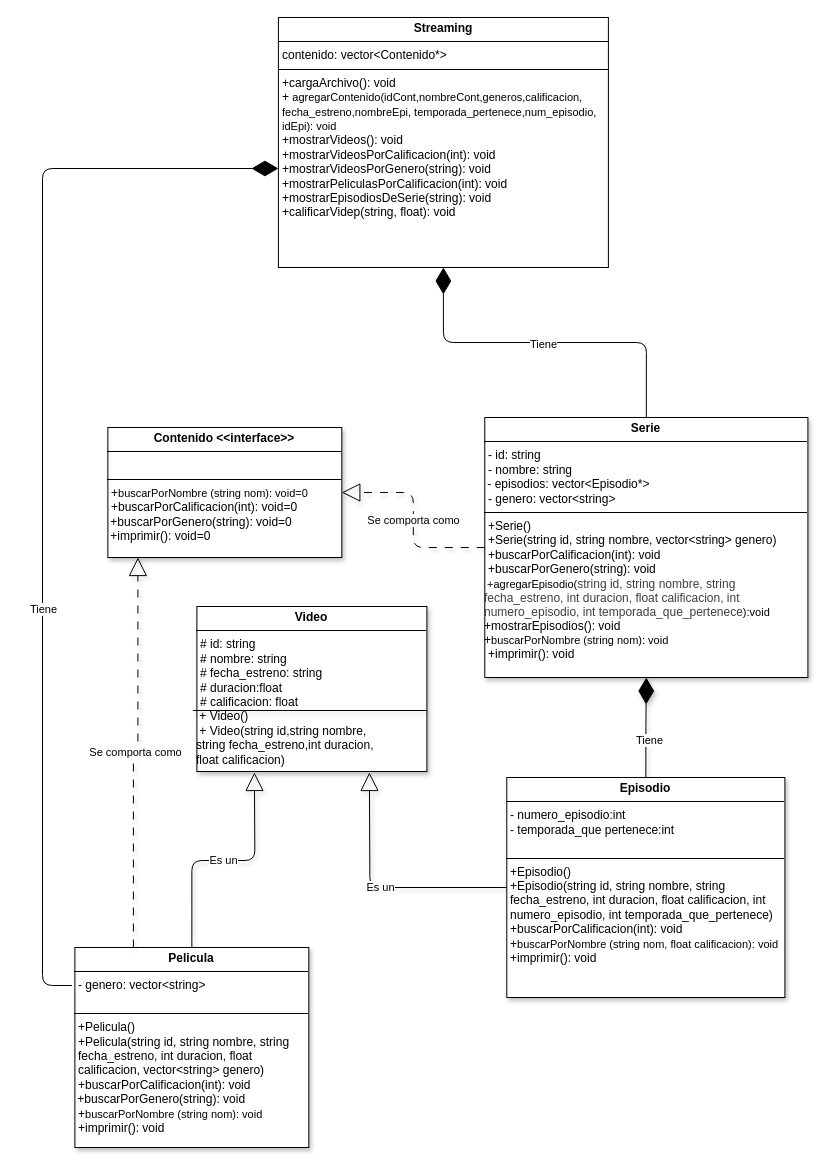
Above: integrador-JuanManuelSanchezVelazquez-main/TerceraEntrega/version4.drawio in A01802469/Proyecto-POO (draw.io), before the change. Source tidied: cells renumbered, new cells numbered last; positions are measured from the earlier drawing's top-left corner, leaving out a move shared by most shapes. Both pictures are drawn from the tidied source at 100%, with x=0, y=0 at pixel (42, 17).
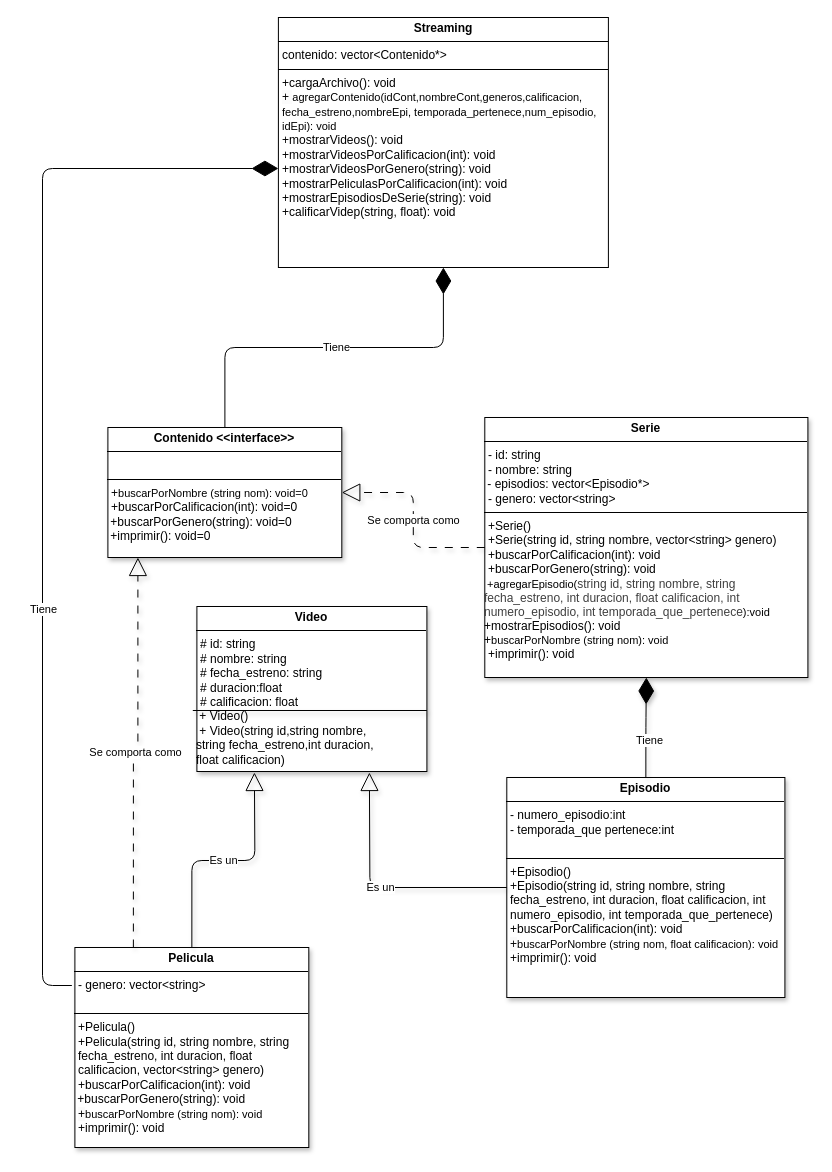
The same diagram, later.

The change refers to these unchanged cells:
```xml
<mxCell id="2" value="&lt;p style=&quot;margin:0px;margin-top:4px;text-align:center;&quot;&gt;&lt;b&gt;Streaming&lt;/b&gt;&lt;/p&gt;&lt;hr size=&quot;1&quot; style=&quot;border-style:solid;&quot;&gt;&lt;p style=&quot;margin:0px;margin-left:4px;&quot;&gt;contenido: vector&amp;lt;Contenido*&amp;gt;&lt;/p&gt;&lt;hr size=&quot;1&quot; style=&quot;border-style:solid;&quot;&gt;&lt;p style=&quot;margin:0px;margin-left:4px;&quot;&gt;+cargaArchivo(): void&lt;/p&gt;&lt;p style=&quot;margin:0px;margin-left:4px;&quot;&gt;&lt;span style=&quot;background-color: rgb(251, 251, 251);&quot;&gt;+&amp;nbsp;&lt;/span&gt;&lt;span style=&quot;background-color: rgb(255, 255, 255); color: rgb(0, 0, 0); font-size: 11px; text-wrap-mode: nowrap;&quot;&gt;agregarContenido(idCont,nombreCont,generos,calificacion,&lt;/span&gt;&lt;/p&gt;&lt;p style=&quot;margin:0px;margin-left:4px;&quot;&gt;&lt;span style=&quot;background-color: rgb(255, 255, 255); color: rgb(0, 0, 0); font-size: 11px; text-wrap-mode: nowrap;&quot;&gt;fecha_estreno,nombreEpi,&amp;nbsp;&lt;/span&gt;&lt;span style=&quot;font-size: 11px; text-wrap-mode: nowrap; background-color: transparent;&quot;&gt;temporada_pertenece,num_episodio,&amp;nbsp;&lt;/span&gt;&lt;/p&gt;&lt;p style=&quot;margin:0px;margin-left:4px;&quot;&gt;&lt;span style=&quot;font-size: 11px; text-wrap-mode: nowrap; background-color: transparent;&quot;&gt;idEpi): void&lt;/span&gt;&lt;/p&gt;&lt;p style=&quot;margin:0px;margin-left:4px;&quot;&gt;+mostrarVideos(): void&lt;/p&gt;&lt;p style=&quot;margin:0px;margin-left:4px;&quot;&gt;+mostrarVideosPorCalificacion(int): void&amp;nbsp;&lt;/p&gt;&lt;p style=&quot;margin:0px;margin-left:4px;&quot;&gt;+mostrarVideosPorGenero(string): void&amp;nbsp;&lt;/p&gt;&lt;p style=&quot;margin:0px;margin-left:4px;&quot;&gt;+mostrarPeliculasPorCalificacion(int): void&lt;/p&gt;&lt;p style=&quot;margin:0px;margin-left:4px;&quot;&gt;+mostrarEpisodiosDeSerie(string): void&lt;/p&gt;&lt;p style=&quot;margin:0px;margin-left:4px;&quot;&gt;+calificarVidep(string, float): void&lt;/p&gt;" style="verticalAlign=top;align=left;overflow=fill;html=1;whiteSpace=wrap;" parent="1" vertex="1">
  <mxGeometry x="235.9" width="330" height="250" as="geometry" />
</mxCell>
<mxCell id="3" value="&lt;p style=&quot;margin:0px;margin-top:4px;text-align:center;&quot;&gt;&lt;b&gt;Serie&lt;/b&gt;&lt;/p&gt;&lt;hr size=&quot;1&quot; style=&quot;border-style:solid;&quot;&gt;&lt;p style=&quot;margin: 0px 0px 0px 4px;&quot;&gt;- id: string&lt;/p&gt;&lt;p style=&quot;margin: 0px 0px 0px 4px;&quot;&gt;- nombre: string&lt;/p&gt;&amp;nbsp;- episodios: vector&amp;lt;Episodio*&amp;gt;&lt;div&gt;&lt;p style=&quot;margin: 0px 0px 0px 4px;&quot;&gt;- genero: vector&amp;lt;string&amp;gt;&lt;/p&gt;&lt;p style=&quot;margin: 0px 0px 0px 4px;&quot;&gt;&lt;span style=&quot;color: rgb(63, 63, 63);&quot;&gt;&lt;/span&gt;&lt;/p&gt;&lt;hr size=&quot;1&quot; style=&quot;border-style:solid;&quot;&gt;&lt;p style=&quot;margin:0px;margin-left:4px;&quot;&gt;+Serie()&lt;/p&gt;&lt;p style=&quot;margin:0px;margin-left:4px;&quot;&gt;+Serie(string id, string nombre, vector&amp;lt;string&amp;gt; genero)&lt;/p&gt;&lt;p style=&quot;margin:0px;margin-left:4px;&quot;&gt;+buscarPorCalificacion(int): void&lt;/p&gt;&lt;p style=&quot;margin:0px;margin-left:4px;&quot;&gt;+buscarPorGenero(string): void&lt;/p&gt;&lt;p style=&quot;margin: 0px; font-variant-numeric: normal; font-variant-east-asian: normal; font-variant-alternates: normal; font-size-adjust: none; font-kerning: auto; font-optical-sizing: auto; font-feature-settings: normal; font-variation-settings: normal; font-variant-position: normal; font-variant-emoji: normal; font-stretch: normal; line-height: normal; color: rgb(0, 0, 0); -webkit-text-stroke-color: rgb(0, 0, 0); background-color: rgba(255, 255, 255, 0);&quot; class=&quot;p1&quot;&gt;&lt;span style=&quot;font-variant-numeric: normal; font-variant-east-asian: normal; font-variant-alternates: normal; font-variant-position: normal; font-variant-emoji: normal; font-size-adjust: none; font-optical-sizing: auto; font-feature-settings: normal; font-variation-settings: normal; font-stretch: normal; font-size: 11px; line-height: normal; font-kerning: none;&quot; class=&quot;s1&quot;&gt;&amp;nbsp;+agregarEpisodio(&lt;/span&gt;&lt;span style=&quot;color: rgb(63, 63, 63); background-color: transparent;&quot;&gt;string id, string nombre, string fecha_estreno, int duracion, float calificacion, int numero_episodio, int temporada_que_pertenece&lt;/span&gt;&lt;span style=&quot;font-size: 11px; background-color: light-dark(rgba(255, 255, 255, 0), rgb(18, 18, 18)); -webkit-text-stroke-color: light-dark(rgb(0, 0, 0), rgb(237, 237, 237));&quot;&gt;):void&lt;/span&gt;&lt;/p&gt;&lt;p style=&quot;margin: 0px 0px 0px 4px; text-indent: -4px; font-variant-numeric: normal; font-variant-east-asian: normal; font-variant-alternates: normal; font-size-adjust: none; font-kerning: auto; font-optical-sizing: auto; font-feature-settings: normal; font-variation-settings: normal; font-variant-position: normal; font-variant-emoji: normal; font-stretch: normal; line-height: normal; color: rgb(0, 0, 0); -webkit-text-stroke-color: rgb(0, 0, 0); background-color: rgba(255, 255, 255, 0);&quot; class=&quot;p2&quot;&gt;&lt;span style=&quot;font-kerning: none;&quot; class=&quot;s3&quot;&gt;+mostrarEpisodios(): void&lt;/span&gt;&lt;/p&gt;&lt;p style=&quot;margin: 0px 0px 0px 4px; text-indent: -4px; font-variant-numeric: normal; font-variant-east-asian: normal; font-variant-alternates: normal; font-size-adjust: none; font-kerning: auto; font-optical-sizing: auto; font-feature-settings: normal; font-variation-settings: normal; font-variant-position: normal; font-variant-emoji: normal; font-stretch: normal; font-size: 11px; line-height: normal; color: rgb(0, 0, 0); -webkit-text-stroke-color: rgb(0, 0, 0); background-color: rgba(255, 255, 255, 0);&quot; class=&quot;p3&quot;&gt;&lt;span style=&quot;font-variant-numeric: normal; font-variant-east-asian: normal; font-variant-alternates: normal; font-variant-position: normal; font-variant-emoji: normal; font-size-adjust: none; font-optical-sizing: auto; font-feature-settings: normal; font-variation-settings: normal; font-stretch: normal; font-size: 12px; line-height: normal; font-kerning: none; -webkit-text-stroke-color: rgb(48, 48, 48);&quot; class=&quot;s4&quot;&gt;+&lt;/span&gt;&lt;span style=&quot;font-kerning: none;&quot; class=&quot;s3&quot;&gt;buscarPorNombre (string nom): void&amp;nbsp;&lt;/span&gt;&lt;/p&gt;&lt;p style=&quot;margin:0px;margin-left:4px;&quot;&gt;&lt;span style=&quot;background-color: transparent;&quot;&gt;+imprimir(): void&lt;/span&gt;&lt;/p&gt;&lt;/div&gt;" style="verticalAlign=top;align=left;overflow=fill;html=1;whiteSpace=wrap;shadow=1;" parent="1" vertex="1">
  <mxGeometry x="442.3" y="400" width="323.1" height="260" as="geometry" />
</mxCell>
<mxCell id="16" value="&lt;p style=&quot;margin:0px;margin-top:4px;text-align:center;&quot;&gt;&lt;b&gt;Contenido &amp;lt;&amp;lt;interface&amp;gt;&amp;gt;&lt;/b&gt;&lt;/p&gt;&lt;hr size=&quot;1&quot; style=&quot;border-style:solid;&quot;&gt;&lt;p style=&quot;margin: 0px 0px 0px 4px;&quot;&gt;&lt;br&gt;&lt;/p&gt;&lt;hr size=&quot;1&quot; style=&quot;border-style:solid;&quot;&gt;&lt;p style=&quot;margin:0px;margin-left:4px;&quot;&gt;&lt;span style=&quot;background-color: transparent; color: light-dark(rgb(0, 0, 0), rgb(255, 255, 255));&quot;&gt;&lt;/span&gt;&lt;/p&gt;&lt;p style=&quot;margin: 0px 0px 0px 4px;&quot;&gt;&lt;span style=&quot;background-color: light-dark(#ffffff, var(--ge-dark-color, #121212));&quot;&gt;+&lt;span style=&quot;font-size: 11px; text-align: center; text-wrap-mode: nowrap; color: light-dark(rgb(0, 0, 0), rgb(255, 255, 255));&quot;&gt;buscarPorNombre (string nom): void=0&lt;/span&gt;&lt;/span&gt;&lt;/p&gt;&lt;p style=&quot;margin:0px;margin-left:4px;&quot;&gt;&lt;span style=&quot;background-color: transparent; color: light-dark(rgb(0, 0, 0), rgb(255, 255, 255));&quot;&gt;+buscarPorCalificacion(int): void=0&lt;/span&gt;&lt;/p&gt;&lt;div&gt;&amp;nbsp;+buscarPorGenero(string): void=0&lt;/div&gt;&lt;div&gt;&amp;nbsp;+imprimir(): void=0&lt;/div&gt;" style="verticalAlign=top;align=left;overflow=fill;html=1;whiteSpace=wrap;shadow=1;" parent="1" vertex="1">
  <mxGeometry x="65.4" y="410" width="233.9" height="130" as="geometry" />
</mxCell>
```

The edit, as a diff of the source:
```diff
@@
-    <mxCell id="8" style="endArrow=diamondThin;endFill=1;endSize=24;html=1;exitX=0.5;exitY=0;exitDx=0;exitDy=0;edgeStyle=orthogonalEdgeStyle;" parent="1" edge="1" source="3" target="2">
+    <mxCell id="8" style="endArrow=diamondThin;endFill=1;endSize=24;html=1;edgeStyle=orthogonalEdgeStyle;" parent="1" edge="1" source="16" target="2">
       <mxGeometry relative="1" as="geometry" />
     </mxCell>
```
